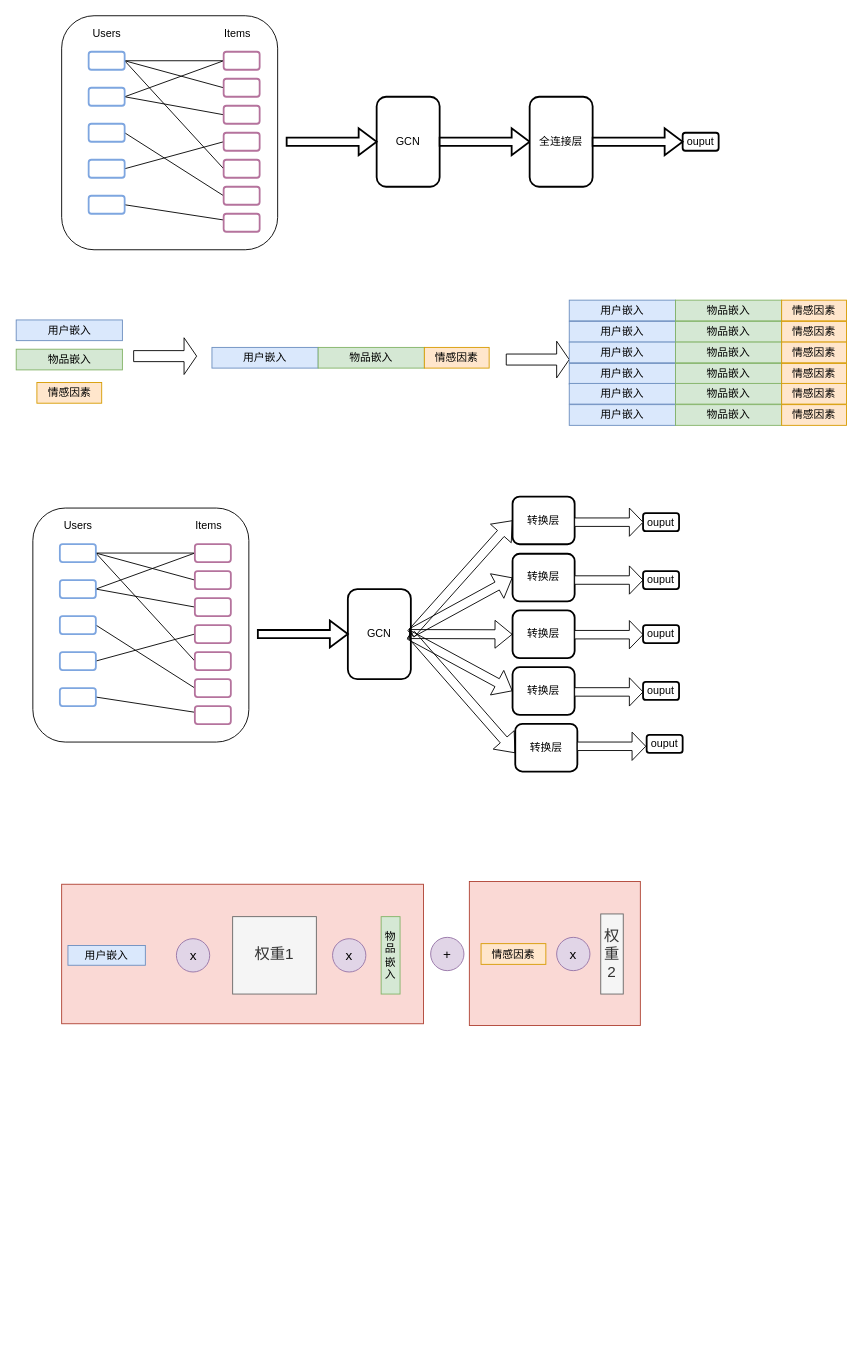
Above: GCN.drawio in hqius/draw (draw.io), before the change. Source tidied: cells renumbered, new cells numbered last; positions are measured from the earlier drawing's top-left corner, leaving out a move shared by most shapes. Both pictures are drawn from the tidied source at 90%, with x=0, y=0 at pixel (16, 15).
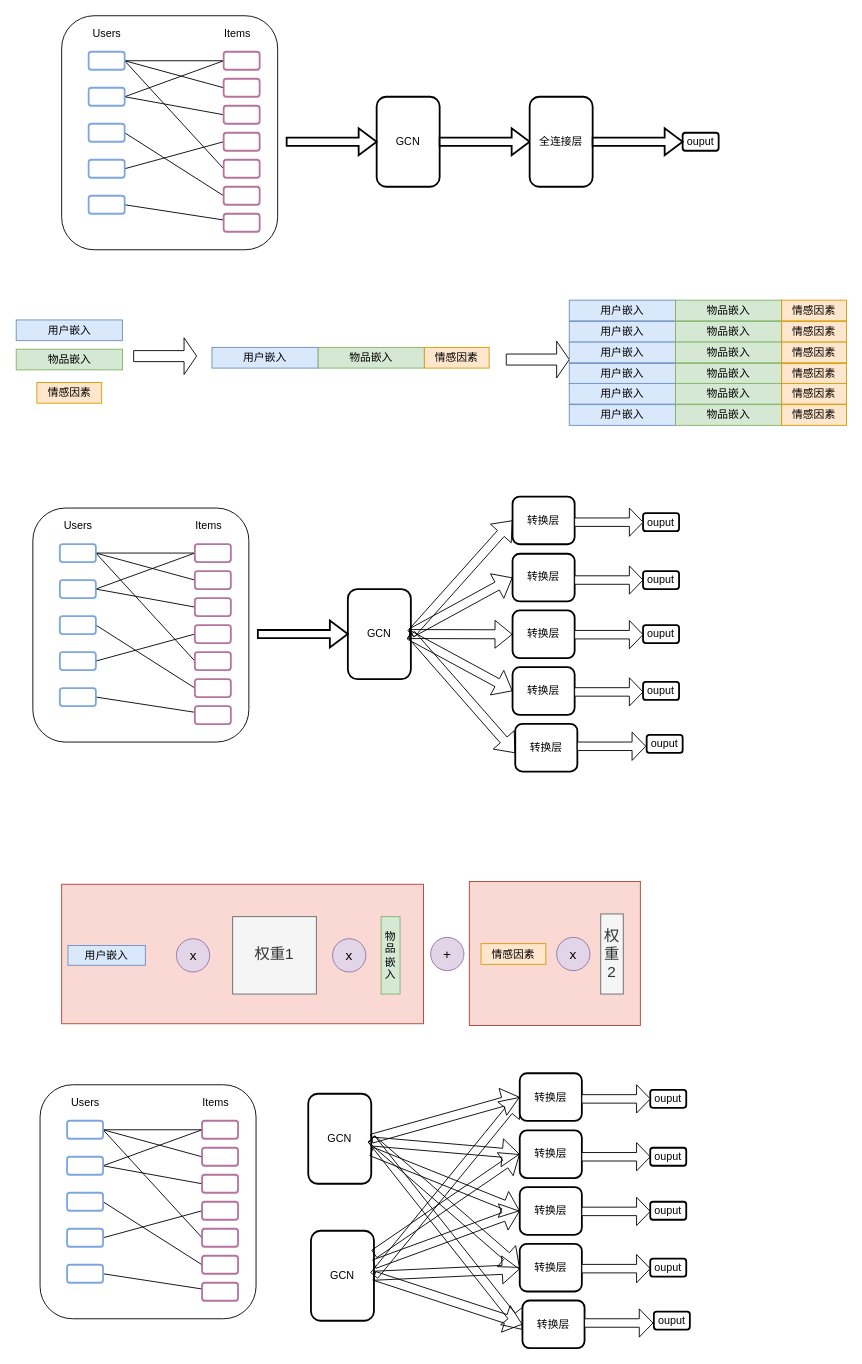
The same page after the edit.

What changed in the source:
```diff
@@
+    <mxCell id="113" value="&lt;p class=&quot;MsoNormal&quot;&gt;&lt;span style=&quot;font-weight: normal ; font-size: 10.5000pt&quot;&gt;&amp;nbsp;&lt;/span&gt;&lt;/p&gt;" style="text;whiteSpace=wrap;html=1;" parent="1" vertex="1">
+      <mxGeometry x="258.1" y="1256.8" width="24" height="52" as="geometry" />
+    </mxCell>
+    <mxCell id="114" style="rounded=1;whiteSpace=wrap;html=1;" parent="1" vertex="1">
+      <mxGeometry x="26" y="1187.8" width="240" height="260" as="geometry" />
+    </mxCell>
+    <mxCell id="115" style="rounded=0;jettySize=auto;html=1;exitX=1;exitY=0.5;exitDx=0;exitDy=0;entryX=0;entryY=0.5;entryDx=0;entryDy=0;endArrow=none;endFill=0;" parent="1" edge="1" source="118" target="129">
+      <mxGeometry relative="1" as="geometry" />
+    </mxCell>
+    <mxCell id="116" style="rounded=0;jettySize=auto;html=1;exitX=1;exitY=0.5;exitDx=0;exitDy=0;entryX=0;entryY=0.5;entryDx=0;entryDy=0;flowAnimation=0;endArrow=none;endFill=0;" parent="1" edge="1" source="118" target="130">
+      <mxGeometry relative="1" as="geometry" />
+    </mxCell>
+    <mxCell id="117" style="edgeStyle=none;rounded=0;jettySize=auto;html=1;exitX=1;exitY=0.5;exitDx=0;exitDy=0;entryX=0;entryY=0.5;entryDx=0;entryDy=0;endArrow=none;endFill=0;" parent="1" edge="1" source="118" target="133">
+      <mxGeometry relative="1" as="geometry" />
+    </mxCell>
+    <mxCell id="118" style="rounded=1;whiteSpace=wrap;html=1;strokeColor=#7EA6E0;strokeWidth=2;" parent="1" vertex="1">
+      <mxGeometry x="56" y="1227.8" width="40" height="20" as="geometry" />
+    </mxCell>
+    <mxCell id="119" style="edgeStyle=none;rounded=0;jettySize=auto;html=1;exitX=1;exitY=0.5;exitDx=0;exitDy=0;entryX=0;entryY=0.5;entryDx=0;entryDy=0;endArrow=none;endFill=0;" parent="1" edge="1" source="121" target="131">
+      <mxGeometry relative="1" as="geometry" />
+    </mxCell>
+    <mxCell id="120" style="edgeStyle=none;rounded=0;jettySize=auto;html=1;exitX=1;exitY=0.5;exitDx=0;exitDy=0;entryX=0;entryY=0.5;entryDx=0;entryDy=0;endArrow=none;endFill=0;" parent="1" edge="1" source="121" target="129">
+      <mxGeometry relative="1" as="geometry" />
+    </mxCell>
+    <mxCell id="121" style="rounded=1;whiteSpace=wrap;html=1;strokeColor=#7EA6E0;strokeWidth=2;" parent="1" vertex="1">
+      <mxGeometry x="56" y="1267.8" width="40" height="20" as="geometry" />
+    </mxCell>
+    <mxCell id="122" style="edgeStyle=none;rounded=0;jettySize=auto;html=1;exitX=1;exitY=0.5;exitDx=0;exitDy=0;entryX=0;entryY=0.5;entryDx=0;entryDy=0;endArrow=none;endFill=0;" parent="1" edge="1" source="123" target="134">
+      <mxGeometry relative="1" as="geometry" />
+    </mxCell>
+    <mxCell id="123" style="rounded=1;whiteSpace=wrap;html=1;strokeColor=#7EA6E0;strokeWidth=2;" parent="1" vertex="1">
+      <mxGeometry x="56" y="1307.8" width="40" height="20" as="geometry" />
+    </mxCell>
+    <mxCell id="124" style="edgeStyle=none;rounded=0;jettySize=auto;html=1;exitX=1;exitY=0.5;exitDx=0;exitDy=0;entryX=0;entryY=0.5;entryDx=0;entryDy=0;endArrow=none;endFill=0;" parent="1" edge="1" source="125" target="132">
+      <mxGeometry relative="1" as="geometry" />
+    </mxCell>
+    <mxCell id="125" style="rounded=1;whiteSpace=wrap;html=1;strokeColor=#7EA6E0;strokeWidth=2;" parent="1" vertex="1">
+      <mxGeometry x="56" y="1347.8" width="40" height="20" as="geometry" />
+    </mxCell>
+    <mxCell id="126" style="edgeStyle=none;rounded=0;jettySize=auto;html=1;exitX=1;exitY=0.5;exitDx=0;exitDy=0;endArrow=none;endFill=0;" parent="1" edge="1" source="127" target="135">
+      <mxGeometry relative="1" as="geometry" />
+    </mxCell>
+    <mxCell id="127" style="rounded=1;whiteSpace=wrap;html=1;strokeColor=#7EA6E0;strokeWidth=2;" parent="1" vertex="1">
+      <mxGeometry x="56" y="1387.8" width="40" height="20" as="geometry" />
+    </mxCell>
+    <mxCell id="128" value="Users" style="text;html=1;align=center;verticalAlign=middle;fillColor=none;strokeColor=none;rounded=0;" parent="1" vertex="1">
+      <mxGeometry x="51" y="1197.8" width="50" height="20" as="geometry" />
+    </mxCell>
+    <mxCell id="129" style="rounded=1;whiteSpace=wrap;html=1;strokeWidth=2;strokeColor=#B5739D;" parent="1" vertex="1">
+      <mxGeometry x="206" y="1227.8" width="40" height="20" as="geometry" />
+    </mxCell>
+    <mxCell id="130" style="rounded=1;whiteSpace=wrap;html=1;strokeWidth=2;strokeColor=#B5739D;" parent="1" vertex="1">
+      <mxGeometry x="206" y="1257.8" width="40" height="20" as="geometry" />
+    </mxCell>
+    <mxCell id="131" style="rounded=1;whiteSpace=wrap;html=1;strokeWidth=2;strokeColor=#B5739D;" parent="1" vertex="1">
+      <mxGeometry x="206" y="1287.8" width="40" height="20" as="geometry" />
+    </mxCell>
+    <mxCell id="132" style="rounded=1;whiteSpace=wrap;html=1;strokeWidth=2;strokeColor=#B5739D;" parent="1" vertex="1">
+      <mxGeometry x="206" y="1317.8" width="40" height="20" as="geometry" />
+    </mxCell>
+    <mxCell id="133" style="rounded=1;whiteSpace=wrap;html=1;strokeWidth=2;strokeColor=#B5739D;" parent="1" vertex="1">
+      <mxGeometry x="206" y="1347.8" width="40" height="20" as="geometry" />
+    </mxCell>
+    <mxCell id="134" style="rounded=1;whiteSpace=wrap;html=1;strokeWidth=2;strokeColor=#B5739D;" parent="1" vertex="1">
+      <mxGeometry x="206" y="1377.8" width="40" height="20" as="geometry" />
+    </mxCell>
+    <mxCell id="135" style="rounded=1;whiteSpace=wrap;html=1;strokeWidth=2;strokeColor=#B5739D;" parent="1" vertex="1">
+      <mxGeometry x="206" y="1407.8" width="40" height="20" as="geometry" />
+    </mxCell>
+    <mxCell id="136" value="Items" style="text;html=1;align=center;verticalAlign=middle;fillColor=none;strokeColor=none;rounded=0;" parent="1" vertex="1">
+      <mxGeometry x="196" y="1197.8" width="50" height="20" as="geometry" />
+    </mxCell>
+    <mxCell id="137" value="GCN" style="rounded=1;whiteSpace=wrap;html=1;strokeWidth=2;" parent="1" vertex="1">
+      <mxGeometry x="324" y="1197.8" width="70" height="100" as="geometry" />
+    </mxCell>
+    <mxCell id="138" value="转换层" style="rounded=1;whiteSpace=wrap;html=1;strokeWidth=2;" parent="1" vertex="1">
+      <mxGeometry x="559" y="1175" width="69" height="53" as="geometry" />
+    </mxCell>
+    <mxCell id="139" value="ouput" style="rounded=1;whiteSpace=wrap;html=1;strokeWidth=2;" parent="1" vertex="1">
+      <mxGeometry x="704" y="1193.4" width="40" height="20" as="geometry" />
+    </mxCell>
+    <mxCell id="140" value="转换层" style="rounded=1;whiteSpace=wrap;html=1;strokeWidth=2;" parent="1" vertex="1">
+      <mxGeometry x="559" y="1238.5" width="69" height="53" as="geometry" />
+    </mxCell>
+    <mxCell id="141" value="转换层" style="rounded=1;whiteSpace=wrap;html=1;strokeWidth=2;" parent="1" vertex="1">
+      <mxGeometry x="559" y="1301.5" width="69" height="53" as="geometry" />
+    </mxCell>
+    <mxCell id="142" value="转换层" style="rounded=1;whiteSpace=wrap;html=1;strokeWidth=2;" parent="1" vertex="1">
+      <mxGeometry x="559" y="1364.5" width="69" height="53" as="geometry" />
+    </mxCell>
+    <mxCell id="143" value="转换层" style="rounded=1;whiteSpace=wrap;html=1;strokeWidth=2;" parent="1" vertex="1">
+      <mxGeometry x="562" y="1427.5" width="69" height="53" as="geometry" />
+    </mxCell>
+    <mxCell id="144" style="shape=flexArrow;endArrow=classic;html=1;entryX=0;entryY=0.5;entryDx=0;entryDy=0;exitX=1;exitY=0.5;exitDx=0;exitDy=0;" parent="1" edge="1" source="137" target="138">
+      <mxGeometry relative="1" as="geometry" />
+    </mxCell>
+    <mxCell id="145" style="shape=flexArrow;endArrow=classic;html=1;entryX=0;entryY=0.5;entryDx=0;entryDy=0;" parent="1" edge="1" source="137" target="140">
+      <mxGeometry relative="1" as="geometry" />
+    </mxCell>
+    <mxCell id="146" style="shape=flexArrow;endArrow=classic;html=1;entryX=0;entryY=0.5;entryDx=0;entryDy=0;" parent="1" edge="1" source="137" target="141">
+      <mxGeometry relative="1" as="geometry" />
+    </mxCell>
+    <mxCell id="147" style="shape=flexArrow;endArrow=classic;html=1;entryX=0;entryY=0.5;entryDx=0;entryDy=0;exitX=1;exitY=0.5;exitDx=0;exitDy=0;" parent="1" edge="1" source="137" target="142">
+      <mxGeometry relative="1" as="geometry" />
+    </mxCell>
+    <mxCell id="148" style="shape=flexArrow;endArrow=classic;html=1;entryX=0;entryY=0.5;entryDx=0;entryDy=0;exitX=1;exitY=0.5;exitDx=0;exitDy=0;" parent="1" edge="1" source="137">
+      <mxGeometry relative="1" as="geometry">
+        <mxPoint x="562" y="1460" as="targetPoint" />
+      </mxGeometry>
+    </mxCell>
+    <mxCell id="149" style="shape=singleArrow;whiteSpace=wrap;html=1;glass=1;" parent="1" vertex="1">
+      <mxGeometry x="628" y="1187.8" width="76" height="31.4" as="geometry" />
+    </mxCell>
+    <mxCell id="150" style="shape=singleArrow;whiteSpace=wrap;html=1;glass=1;" parent="1" vertex="1">
+      <mxGeometry x="628" y="1252.1" width="76" height="31.4" as="geometry" />
+    </mxCell>
+    <mxCell id="151" value="ouput" style="rounded=1;whiteSpace=wrap;html=1;strokeWidth=2;" parent="1" vertex="1">
+      <mxGeometry x="704" y="1257.8" width="40" height="20" as="geometry" />
+    </mxCell>
+    <mxCell id="152" style="shape=singleArrow;whiteSpace=wrap;html=1;glass=1;" parent="1" vertex="1">
+      <mxGeometry x="628" y="1312.8" width="76" height="31.4" as="geometry" />
+    </mxCell>
+    <mxCell id="153" value="ouput" style="rounded=1;whiteSpace=wrap;html=1;strokeWidth=2;" parent="1" vertex="1">
+      <mxGeometry x="704" y="1317.8" width="40" height="20" as="geometry" />
+    </mxCell>
+    <mxCell id="154" style="shape=singleArrow;whiteSpace=wrap;html=1;glass=1;" parent="1" vertex="1">
+      <mxGeometry x="628" y="1376.4" width="76" height="31.4" as="geometry" />
+    </mxCell>
+    <mxCell id="155" value="ouput" style="rounded=1;whiteSpace=wrap;html=1;strokeWidth=2;" parent="1" vertex="1">
+      <mxGeometry x="704" y="1381" width="40" height="20" as="geometry" />
+    </mxCell>
+    <mxCell id="156" style="shape=singleArrow;whiteSpace=wrap;html=1;glass=1;" parent="1" vertex="1">
+      <mxGeometry x="631" y="1436.8" width="76" height="31.4" as="geometry" />
+    </mxCell>
+    <mxCell id="157" value="ouput" style="rounded=1;whiteSpace=wrap;html=1;strokeWidth=2;" parent="1" vertex="1">
+      <mxGeometry x="708" y="1439.8" width="40" height="20" as="geometry" />
+    </mxCell>
+    <mxCell id="158" value="GCN" style="rounded=1;whiteSpace=wrap;html=1;strokeWidth=2;" parent="1" vertex="1">
+      <mxGeometry x="327" y="1350" width="70" height="100" as="geometry" />
+    </mxCell>
+    <mxCell id="159" style="shape=flexArrow;endArrow=classic;html=1;entryX=0;entryY=0.5;entryDx=0;entryDy=0;exitX=1;exitY=0.5;exitDx=0;exitDy=0;" parent="1" edge="1" source="158" target="138">
+      <mxGeometry relative="1" as="geometry" />
+    </mxCell>
+    <mxCell id="160" style="shape=flexArrow;endArrow=classic;html=1;entryX=0;entryY=0.5;entryDx=0;entryDy=0;" parent="1" edge="1" source="158" target="140">
+      <mxGeometry relative="1" as="geometry" />
+    </mxCell>
+    <mxCell id="161" style="shape=flexArrow;endArrow=classic;html=1;entryX=0;entryY=0.5;entryDx=0;entryDy=0;" parent="1" edge="1" source="158" target="141">
+      <mxGeometry relative="1" as="geometry" />
+    </mxCell>
+    <mxCell id="162" style="shape=flexArrow;endArrow=classic;html=1;exitX=1;exitY=0.5;exitDx=0;exitDy=0;" parent="1" edge="1" source="158" target="142">
+      <mxGeometry relative="1" as="geometry" />
+    </mxCell>
+    <mxCell id="163" style="shape=flexArrow;endArrow=classic;html=1;entryX=0;entryY=0.5;entryDx=0;entryDy=0;exitX=1;exitY=0.5;exitDx=0;exitDy=0;" parent="1" edge="1" source="158" target="143">
+      <mxGeometry relative="1" as="geometry" />
+    </mxCell>
```
